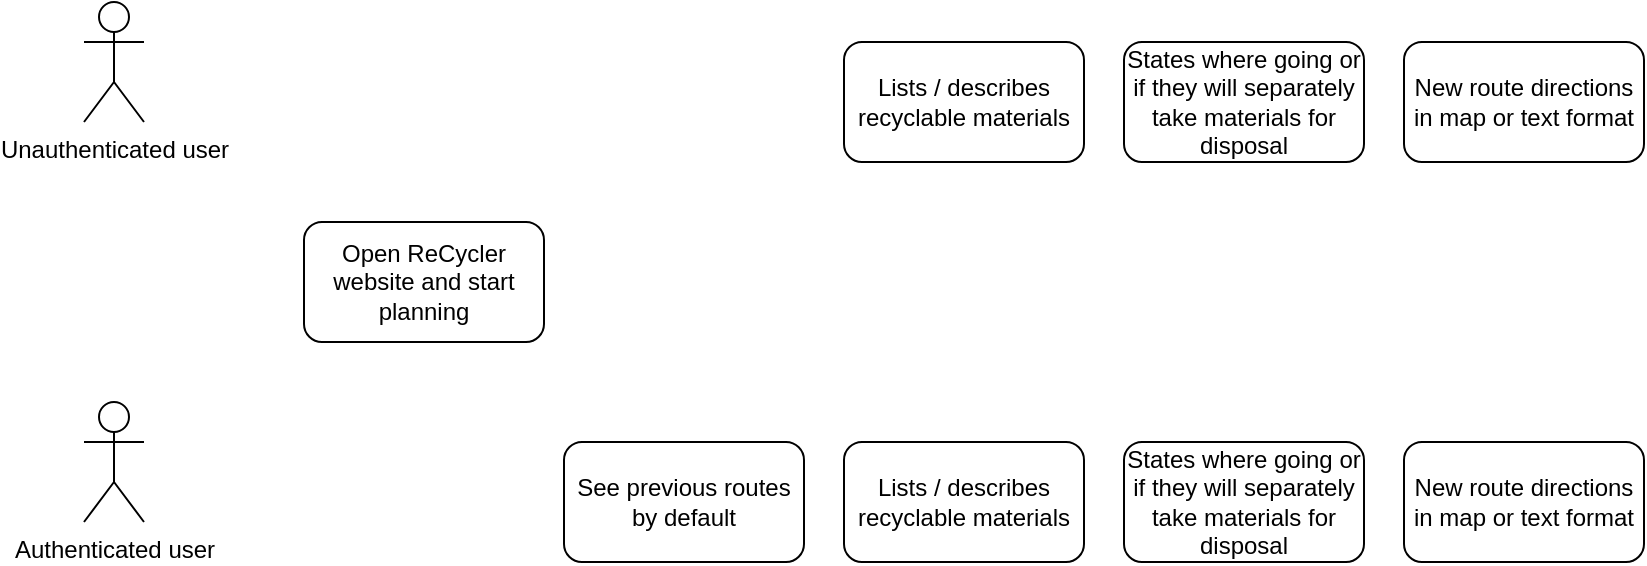
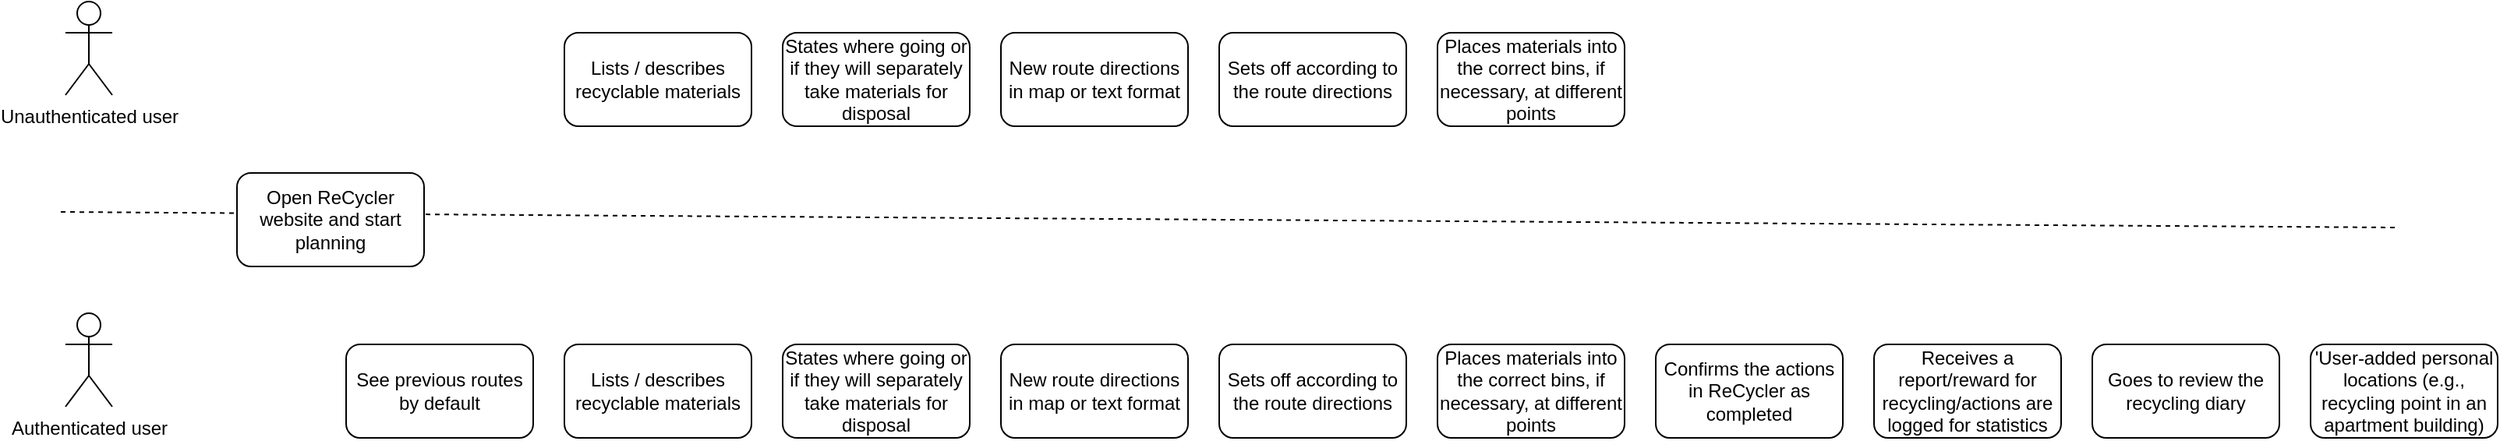
- <mxfile host="app.diagrams.net" modified="2024-01-02T14:32:01.831Z" agent="Mozilla/5.0 (Macintosh; Intel Mac OS X 10_15_7) AppleWebKit/605.1.15 (KHTML, like Gecko) Version/17.1 Safari/605.1.15" etag="5tnRF8zL8AMY9FMROOP1" version="22.1.16" type="github">
+ <mxfile host="app.diagrams.net" modified="2024-01-02T14:40:13.234Z" agent="Mozilla/5.0 (Macintosh; Intel Mac OS X 10_15_7) AppleWebKit/605.1.15 (KHTML, like Gecko) Version/17.1 Safari/605.1.15" etag="4C1tBOGZ4zdeTSeBXKk_" version="22.1.16" type="github">
  <diagram name="Page-1" id="KqT4ygK-pLhFqNeephAf">
    <mxGraphModel dx="1710" dy="1018" grid="1" gridSize="10" guides="1" tooltips="1" connect="1" arrows="1" fold="1" page="1" pageScale="1" pageWidth="1654" pageHeight="1169" math="0" shadow="0">
      <root>
        <mxCell id="0" />
        <mxCell id="1" parent="0" />
+         <mxCell id="ee45y4G0gzjRnPrVUwhJ-22" value="" style="endArrow=none;dashed=1;html=1;rounded=0;" edge="1" parent="1">
+           <mxGeometry width="50" height="50" relative="1" as="geometry">
+             <mxPoint x="77" y="215" as="sourcePoint" />
+             <mxPoint x="1577" y="225" as="targetPoint" />
+           </mxGeometry>
+         </mxCell>
        <mxCell id="ee45y4G0gzjRnPrVUwhJ-1" value="Unauthenticated user" style="shape=umlActor;verticalLabelPosition=bottom;verticalAlign=top;html=1;outlineConnect=0;" vertex="1" parent="1">
          <mxGeometry x="80" y="80" width="30" height="60" as="geometry" />
        </mxCell>
        <mxCell id="ee45y4G0gzjRnPrVUwhJ-2" value="Authenticated user" style="shape=umlActor;verticalLabelPosition=bottom;verticalAlign=top;html=1;outlineConnect=0;" vertex="1" parent="1">
          <mxGeometry x="80" y="280" width="30" height="60" as="geometry" />
        </mxCell>
        <mxCell id="ee45y4G0gzjRnPrVUwhJ-5" value="Open ReCycler website and start planning" style="rounded=1;whiteSpace=wrap;html=1;" vertex="1" parent="1">
          <mxGeometry x="190" y="190" width="120" height="60" as="geometry" />
        </mxCell>
        <mxCell id="ee45y4G0gzjRnPrVUwhJ-7" value="See previous routes by default" style="rounded=1;whiteSpace=wrap;html=1;" vertex="1" parent="1">
-           <mxGeometry x="320" y="300" width="120" height="60" as="geometry" />
+           <mxGeometry x="260" y="300" width="120" height="60" as="geometry" />
        </mxCell>
        <mxCell id="ee45y4G0gzjRnPrVUwhJ-9" value="Lists / describes recyclable materials" style="rounded=1;whiteSpace=wrap;html=1;" vertex="1" parent="1">
-           <mxGeometry x="460" y="300" width="120" height="60" as="geometry" />
+           <mxGeometry x="400" y="300" width="120" height="60" as="geometry" />
        </mxCell>
        <mxCell id="ee45y4G0gzjRnPrVUwhJ-10" value="Lists / describes recyclable materials" style="rounded=1;whiteSpace=wrap;html=1;" vertex="1" parent="1">
-           <mxGeometry x="460" y="100" width="120" height="60" as="geometry" />
+           <mxGeometry x="400" y="100" width="120" height="60" as="geometry" />
        </mxCell>
        <mxCell id="ee45y4G0gzjRnPrVUwhJ-12" value="States where going or if they will separately take materials for disposal" style="rounded=1;whiteSpace=wrap;html=1;" vertex="1" parent="1">
-           <mxGeometry x="600" y="300" width="120" height="60" as="geometry" />
+           <mxGeometry x="540" y="300" width="120" height="60" as="geometry" />
        </mxCell>
        <mxCell id="ee45y4G0gzjRnPrVUwhJ-13" value="States where going or if they will separately take materials for disposal" style="rounded=1;whiteSpace=wrap;html=1;" vertex="1" parent="1">
-           <mxGeometry x="600" y="100" width="120" height="60" as="geometry" />
+           <mxGeometry x="540" y="100" width="120" height="60" as="geometry" />
        </mxCell>
        <mxCell id="ee45y4G0gzjRnPrVUwhJ-15" value="New route directions in map or text format" style="rounded=1;whiteSpace=wrap;html=1;" vertex="1" parent="1">
-           <mxGeometry x="740" y="100" width="120" height="60" as="geometry" />
+           <mxGeometry x="680" y="100" width="120" height="60" as="geometry" />
        </mxCell>
        <mxCell id="ee45y4G0gzjRnPrVUwhJ-16" value="New route directions in map or text format" style="rounded=1;whiteSpace=wrap;html=1;" vertex="1" parent="1">
-           <mxGeometry x="740" y="300" width="120" height="60" as="geometry" />
+           <mxGeometry x="680" y="300" width="120" height="60" as="geometry" />
+         </mxCell>
+         <mxCell id="ee45y4G0gzjRnPrVUwhJ-17" value="Sets off according to the route directions" style="rounded=1;whiteSpace=wrap;html=1;" vertex="1" parent="1">
+           <mxGeometry x="820" y="100" width="120" height="60" as="geometry" />
+         </mxCell>
+         <mxCell id="ee45y4G0gzjRnPrVUwhJ-18" value="Sets off according to the route directions" style="rounded=1;whiteSpace=wrap;html=1;" vertex="1" parent="1">
+           <mxGeometry x="820" y="300" width="120" height="60" as="geometry" />
+         </mxCell>
+         <mxCell id="ee45y4G0gzjRnPrVUwhJ-20" value="Places materials into the correct bins, if necessary, at different points" style="rounded=1;whiteSpace=wrap;html=1;" vertex="1" parent="1">
+           <mxGeometry x="960" y="100" width="120" height="60" as="geometry" />
+         </mxCell>
+         <mxCell id="ee45y4G0gzjRnPrVUwhJ-21" value="Places materials into the correct bins, if necessary, at different points" style="rounded=1;whiteSpace=wrap;html=1;" vertex="1" parent="1">
+           <mxGeometry x="960" y="300" width="120" height="60" as="geometry" />
+         </mxCell>
+         <mxCell id="ee45y4G0gzjRnPrVUwhJ-24" value="Confirms the actions in ReCycler as completed" style="rounded=1;whiteSpace=wrap;html=1;" vertex="1" parent="1">
+           <mxGeometry x="1100" y="300" width="120" height="60" as="geometry" />
+         </mxCell>
+         <mxCell id="ee45y4G0gzjRnPrVUwhJ-26" value="Receives a report/reward for recycling/actions are logged for statistics" style="rounded=1;whiteSpace=wrap;html=1;" vertex="1" parent="1">
+           <mxGeometry x="1240" y="300" width="120" height="60" as="geometry" />
+         </mxCell>
+         <mxCell id="ee45y4G0gzjRnPrVUwhJ-29" value="Goes to review the recycling diary" style="rounded=1;whiteSpace=wrap;html=1;" vertex="1" parent="1">
+           <mxGeometry x="1380" y="300" width="120" height="60" as="geometry" />
+         </mxCell>
+         <mxCell id="ee45y4G0gzjRnPrVUwhJ-30" value="&#39;User-added personal locations (e.g., recycling point in an apartment building)" style="rounded=1;whiteSpace=wrap;html=1;" vertex="1" parent="1">
+           <mxGeometry x="1520" y="300" width="120" height="60" as="geometry" />
        </mxCell>
      </root>
    </mxGraphModel>
  </diagram>
</mxfile>
